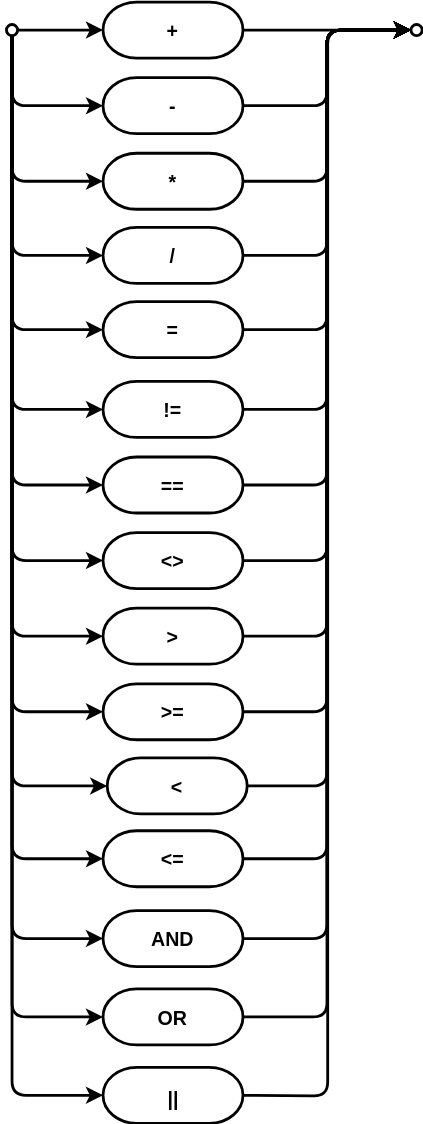
Earlier version of the draw.io export cds/assets/cxl/binary-operator.drawio.svg (capire/docs). Source tidied: cells renumbered, new cells last; positions are measured from the earlier drawing's top-left corner, leaving out a move shared by most shapes.
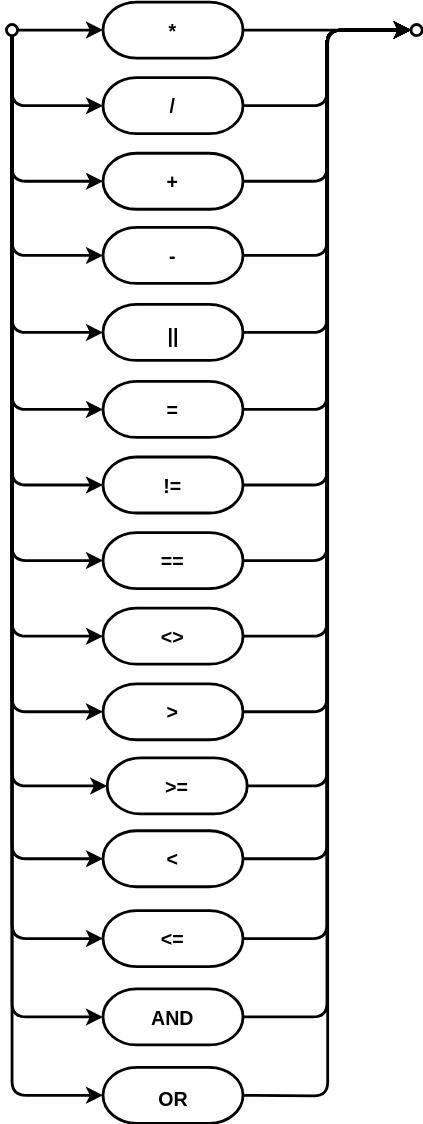
Above is the later version.

Commit message:
fix: missing sql in code group in `cxl`

also, remove technical aliases and order the binary operators
according to their precedence in SQL.

What changed in the source:
```diff
@@ -18,10 +18,10 @@
     <mxCell id="5" style="ellipse;strokeWidth=2;fontSize=14;verticalAlign=middle;fontStyle=1;textDirection=ltr;" parent="1" vertex="1">
       <mxGeometry x="289" y="16" width="8" height="8" as="geometry" />
     </mxCell>
-    <mxCell id="6" value="-" style="align=center;newEdgeStyle={&quot;edgeStyle&quot;:&quot;entityRelationEdgeStyle&quot;,&quot;startArrow&quot;:&quot;none&quot;,&quot;endArrow&quot;:&quot;none&quot;,&quot;segment&quot;:10,&quot;curved&quot;:1,&quot;sourcePerimeterSpacing&quot;:0,&quot;targetPerimeterSpacing&quot;:0};strokeWidth=2;fontSize=14;verticalAlign=middle;fontStyle=1;textDirection=ltr;rounded=1;arcSize=60;" parent="1" vertex="1">
+    <mxCell id="6" value="/" style="align=center;newEdgeStyle={&quot;edgeStyle&quot;:&quot;entityRelationEdgeStyle&quot;,&quot;startArrow&quot;:&quot;none&quot;,&quot;endArrow&quot;:&quot;none&quot;,&quot;segment&quot;:10,&quot;curved&quot;:1,&quot;sourcePerimeterSpacing&quot;:0,&quot;targetPerimeterSpacing&quot;:0};strokeWidth=2;fontSize=14;verticalAlign=middle;fontStyle=1;textDirection=ltr;rounded=1;arcSize=60;" parent="1" vertex="1">
       <mxGeometry x="69" y="54" width="100" height="40" as="geometry" />
     </mxCell>
-    <mxCell id="7" value="*" style="align=center;newEdgeStyle={&quot;edgeStyle&quot;:&quot;entityRelationEdgeStyle&quot;,&quot;startArrow&quot;:&quot;none&quot;,&quot;endArrow&quot;:&quot;none&quot;,&quot;segment&quot;:10,&quot;curved&quot;:1,&quot;sourcePerimeterSpacing&quot;:0,&quot;targetPerimeterSpacing&quot;:0};strokeWidth=2;fontSize=14;verticalAlign=middle;fontStyle=1;textDirection=ltr;rounded=1;arcSize=60;" parent="1" vertex="1">
+    <mxCell id="7" value="+" style="align=center;newEdgeStyle={&quot;edgeStyle&quot;:&quot;entityRelationEdgeStyle&quot;,&quot;startArrow&quot;:&quot;none&quot;,&quot;endArrow&quot;:&quot;none&quot;,&quot;segment&quot;:10,&quot;curved&quot;:1,&quot;sourcePerimeterSpacing&quot;:0,&quot;targetPerimeterSpacing&quot;:0};strokeWidth=2;fontSize=14;verticalAlign=middle;fontStyle=1;textDirection=ltr;rounded=1;arcSize=60;" parent="1" vertex="1">
       <mxGeometry x="69" y="108" width="100" height="40" as="geometry" />
     </mxCell>
     <mxCell id="8" style="edgeStyle=orthogonalEdgeStyle;rounded=1;jettySize=auto;exitX=0.5;exitY=1;exitDx=0;exitDy=0;entryX=0;entryY=0.5;entryDx=0;entryDy=0;startArrow=none;startFill=0;endArrow=classic;endFill=1;startSize=6;endSize=6;align=center;fontSize=14;labelBackgroundColor=none;strokeWidth=2;verticalAlign=middle;fontStyle=1;textDirection=ltr;" parent="1" edge="1" source="3" target="7">
@@ -30,7 +30,7 @@
     <mxCell id="9" style="edgeStyle=entityRelationEdgeStyle;startArrow=none;endArrow=classic;segment=10;curved=1;sourcePerimeterSpacing=0;targetPerimeterSpacing=0;endFill=1;fontSize=14;fontStyle=1;strokeWidth=2;verticalAlign=middle;" parent="1" edge="1" source="10" target="5">
       <mxGeometry relative="1" as="geometry" />
     </mxCell>
-    <mxCell id="10" value="+" style="align=center;newEdgeStyle={&quot;edgeStyle&quot;:&quot;entityRelationEdgeStyle&quot;,&quot;startArrow&quot;:&quot;none&quot;,&quot;endArrow&quot;:&quot;none&quot;,&quot;segment&quot;:10,&quot;curved&quot;:1,&quot;sourcePerimeterSpacing&quot;:0,&quot;targetPerimeterSpacing&quot;:0};strokeWidth=2;fontSize=14;verticalAlign=middle;fontStyle=1;textDirection=ltr;rounded=1;arcSize=60;" parent="1" vertex="1">
+    <mxCell id="10" value="*" style="align=center;newEdgeStyle={&quot;edgeStyle&quot;:&quot;entityRelationEdgeStyle&quot;,&quot;startArrow&quot;:&quot;none&quot;,&quot;endArrow&quot;:&quot;none&quot;,&quot;segment&quot;:10,&quot;curved&quot;:1,&quot;sourcePerimeterSpacing&quot;:0,&quot;targetPerimeterSpacing&quot;:0};strokeWidth=2;fontSize=14;verticalAlign=middle;fontStyle=1;textDirection=ltr;rounded=1;arcSize=60;" parent="1" vertex="1">
       <mxGeometry x="69" width="100" height="40" as="geometry" />
     </mxCell>
     <mxCell id="11" style="edgeStyle=orthogonalEdgeStyle;rounded=1;jettySize=auto;exitX=1;exitY=0.5;exitDx=0;exitDy=0;entryX=0;entryY=0.5;entryDx=0;entryDy=0;startArrow=none;startFill=0;endArrow=classic;endFill=1;startSize=6;endSize=6;align=center;fontSize=14;labelBackgroundColor=none;fontStyle=1;strokeWidth=2;verticalAlign=middle;" parent="1" edge="1" source="7" target="5">
@@ -39,43 +39,40 @@
     <mxCell id="12" style="edgeStyle=orthogonalEdgeStyle;rounded=1;jettySize=auto;exitX=1;exitY=0.5;exitDx=0;exitDy=0;entryX=0;entryY=0.5;entryDx=0;entryDy=0;startArrow=none;startFill=0;endArrow=classic;endFill=1;startSize=6;endSize=6;align=center;fontSize=14;labelBackgroundColor=none;fontStyle=1;strokeWidth=2;verticalAlign=middle;" parent="1" edge="1" source="6" target="5">
       <mxGeometry relative="1" as="geometry" />
     </mxCell>
-    <mxCell id="13" value="/" style="align=center;newEdgeStyle={&quot;edgeStyle&quot;:&quot;entityRelationEdgeStyle&quot;,&quot;startArrow&quot;:&quot;none&quot;,&quot;endArrow&quot;:&quot;none&quot;,&quot;segment&quot;:10,&quot;curved&quot;:1,&quot;sourcePerimeterSpacing&quot;:0,&quot;targetPerimeterSpacing&quot;:0};strokeWidth=2;fontSize=14;verticalAlign=middle;fontStyle=1;textDirection=ltr;rounded=1;arcSize=60;" parent="1" vertex="1">
+    <mxCell id="13" value="-" style="align=center;newEdgeStyle={&quot;edgeStyle&quot;:&quot;entityRelationEdgeStyle&quot;,&quot;startArrow&quot;:&quot;none&quot;,&quot;endArrow&quot;:&quot;none&quot;,&quot;segment&quot;:10,&quot;curved&quot;:1,&quot;sourcePerimeterSpacing&quot;:0,&quot;targetPerimeterSpacing&quot;:0};strokeWidth=2;fontSize=14;verticalAlign=middle;fontStyle=1;textDirection=ltr;rounded=1;arcSize=60;" parent="1" vertex="1">
       <mxGeometry x="69" y="161" width="100" height="40" as="geometry" />
     </mxCell>
-    <mxCell id="14" value="=" style="align=center;newEdgeStyle={&quot;edgeStyle&quot;:&quot;entityRelationEdgeStyle&quot;,&quot;startArrow&quot;:&quot;none&quot;,&quot;endArrow&quot;:&quot;none&quot;,&quot;segment&quot;:10,&quot;curved&quot;:1,&quot;sourcePerimeterSpacing&quot;:0,&quot;targetPerimeterSpacing&quot;:0};strokeWidth=2;fontSize=14;verticalAlign=middle;fontStyle=1;textDirection=ltr;rounded=1;arcSize=60;" parent="1" vertex="1">
-      <mxGeometry x="69" y="214" width="100" height="40" as="geometry" />
-    </mxCell>
-    <mxCell id="15" value="!=" style="align=center;newEdgeStyle={&quot;edgeStyle&quot;:&quot;entityRelationEdgeStyle&quot;,&quot;startArrow&quot;:&quot;none&quot;,&quot;endArrow&quot;:&quot;none&quot;,&quot;segment&quot;:10,&quot;curved&quot;:1,&quot;sourcePerimeterSpacing&quot;:0,&quot;targetPerimeterSpacing&quot;:0};strokeWidth=2;fontSize=14;verticalAlign=middle;fontStyle=1;textDirection=ltr;rounded=1;arcSize=60;" parent="1" vertex="1">
+    <mxCell id="15" value="=" style="align=center;newEdgeStyle={&quot;edgeStyle&quot;:&quot;entityRelationEdgeStyle&quot;,&quot;startArrow&quot;:&quot;none&quot;,&quot;endArrow&quot;:&quot;none&quot;,&quot;segment&quot;:10,&quot;curved&quot;:1,&quot;sourcePerimeterSpacing&quot;:0,&quot;targetPerimeterSpacing&quot;:0};strokeWidth=2;fontSize=14;verticalAlign=middle;fontStyle=1;textDirection=ltr;rounded=1;arcSize=60;" parent="1" vertex="1">
       <mxGeometry x="69" y="271" width="100" height="40" as="geometry" />
     </mxCell>
-    <mxCell id="16" value="==" style="align=center;newEdgeStyle={&quot;edgeStyle&quot;:&quot;entityRelationEdgeStyle&quot;,&quot;startArrow&quot;:&quot;none&quot;,&quot;endArrow&quot;:&quot;none&quot;,&quot;segment&quot;:10,&quot;curved&quot;:1,&quot;sourcePerimeterSpacing&quot;:0,&quot;targetPerimeterSpacing&quot;:0};strokeWidth=2;fontSize=14;verticalAlign=middle;fontStyle=1;textDirection=ltr;rounded=1;arcSize=60;" parent="1" vertex="1">
+    <mxCell id="16" value="!=" style="align=center;newEdgeStyle={&quot;edgeStyle&quot;:&quot;entityRelationEdgeStyle&quot;,&quot;startArrow&quot;:&quot;none&quot;,&quot;endArrow&quot;:&quot;none&quot;,&quot;segment&quot;:10,&quot;curved&quot;:1,&quot;sourcePerimeterSpacing&quot;:0,&quot;targetPerimeterSpacing&quot;:0};strokeWidth=2;fontSize=14;verticalAlign=middle;fontStyle=1;textDirection=ltr;rounded=1;arcSize=60;" parent="1" vertex="1">
       <mxGeometry x="69" y="325" width="100" height="40" as="geometry" />
     </mxCell>
-    <mxCell id="17" value="&lt;&gt;" style="align=center;newEdgeStyle={&quot;edgeStyle&quot;:&quot;entityRelationEdgeStyle&quot;,&quot;startArrow&quot;:&quot;none&quot;,&quot;endArrow&quot;:&quot;none&quot;,&quot;segment&quot;:10,&quot;curved&quot;:1,&quot;sourcePerimeterSpacing&quot;:0,&quot;targetPerimeterSpacing&quot;:0};strokeWidth=2;fontSize=14;verticalAlign=middle;fontStyle=1;textDirection=ltr;rounded=1;arcSize=60;" parent="1" vertex="1">
+    <mxCell id="17" value="==" style="align=center;newEdgeStyle={&quot;edgeStyle&quot;:&quot;entityRelationEdgeStyle&quot;,&quot;startArrow&quot;:&quot;none&quot;,&quot;endArrow&quot;:&quot;none&quot;,&quot;segment&quot;:10,&quot;curved&quot;:1,&quot;sourcePerimeterSpacing&quot;:0,&quot;targetPerimeterSpacing&quot;:0};strokeWidth=2;fontSize=14;verticalAlign=middle;fontStyle=1;textDirection=ltr;rounded=1;arcSize=60;" parent="1" vertex="1">
       <mxGeometry x="69" y="379" width="100" height="40" as="geometry" />
     </mxCell>
-    <mxCell id="18" value="&gt;" style="align=center;newEdgeStyle={&quot;edgeStyle&quot;:&quot;entityRelationEdgeStyle&quot;,&quot;startArrow&quot;:&quot;none&quot;,&quot;endArrow&quot;:&quot;none&quot;,&quot;segment&quot;:10,&quot;curved&quot;:1,&quot;sourcePerimeterSpacing&quot;:0,&quot;targetPerimeterSpacing&quot;:0};strokeWidth=2;fontSize=14;verticalAlign=middle;fontStyle=1;textDirection=ltr;rounded=1;arcSize=60;" parent="1" vertex="1">
+    <mxCell id="18" value="&lt;&gt;" style="align=center;newEdgeStyle={&quot;edgeStyle&quot;:&quot;entityRelationEdgeStyle&quot;,&quot;startArrow&quot;:&quot;none&quot;,&quot;endArrow&quot;:&quot;none&quot;,&quot;segment&quot;:10,&quot;curved&quot;:1,&quot;sourcePerimeterSpacing&quot;:0,&quot;targetPerimeterSpacing&quot;:0};strokeWidth=2;fontSize=14;verticalAlign=middle;fontStyle=1;textDirection=ltr;rounded=1;arcSize=60;" parent="1" vertex="1">
       <mxGeometry x="69" y="433" width="100" height="40" as="geometry" />
     </mxCell>
-    <mxCell id="19" value="&gt;=" style="align=center;newEdgeStyle={&quot;edgeStyle&quot;:&quot;entityRelationEdgeStyle&quot;,&quot;startArrow&quot;:&quot;none&quot;,&quot;endArrow&quot;:&quot;none&quot;,&quot;segment&quot;:10,&quot;curved&quot;:1,&quot;sourcePerimeterSpacing&quot;:0,&quot;targetPerimeterSpacing&quot;:0};strokeWidth=2;fontSize=14;verticalAlign=middle;fontStyle=1;textDirection=ltr;rounded=1;arcSize=60;" parent="1" vertex="1">
+    <mxCell id="19" value="&gt;" style="align=center;newEdgeStyle={&quot;edgeStyle&quot;:&quot;entityRelationEdgeStyle&quot;,&quot;startArrow&quot;:&quot;none&quot;,&quot;endArrow&quot;:&quot;none&quot;,&quot;segment&quot;:10,&quot;curved&quot;:1,&quot;sourcePerimeterSpacing&quot;:0,&quot;targetPerimeterSpacing&quot;:0};strokeWidth=2;fontSize=14;verticalAlign=middle;fontStyle=1;textDirection=ltr;rounded=1;arcSize=60;" parent="1" vertex="1">
       <mxGeometry x="69" y="487" width="100" height="40" as="geometry" />
     </mxCell>
-    <mxCell id="20" value="&lt;" style="align=center;newEdgeStyle={&quot;edgeStyle&quot;:&quot;entityRelationEdgeStyle&quot;,&quot;startArrow&quot;:&quot;none&quot;,&quot;endArrow&quot;:&quot;none&quot;,&quot;segment&quot;:10,&quot;curved&quot;:1,&quot;sourcePerimeterSpacing&quot;:0,&quot;targetPerimeterSpacing&quot;:0};strokeWidth=2;fontSize=14;verticalAlign=middle;fontStyle=1;textDirection=ltr;rounded=1;arcSize=60;" parent="1" vertex="1">
+    <mxCell id="20" value="&gt;=" style="align=center;newEdgeStyle={&quot;edgeStyle&quot;:&quot;entityRelationEdgeStyle&quot;,&quot;startArrow&quot;:&quot;none&quot;,&quot;endArrow&quot;:&quot;none&quot;,&quot;segment&quot;:10,&quot;curved&quot;:1,&quot;sourcePerimeterSpacing&quot;:0,&quot;targetPerimeterSpacing&quot;:0};strokeWidth=2;fontSize=14;verticalAlign=middle;fontStyle=1;textDirection=ltr;rounded=1;arcSize=60;" parent="1" vertex="1">
       <mxGeometry x="72" y="540" width="100" height="40" as="geometry" />
     </mxCell>
-    <mxCell id="21" value="&lt;=" style="align=center;newEdgeStyle={&quot;edgeStyle&quot;:&quot;entityRelationEdgeStyle&quot;,&quot;startArrow&quot;:&quot;none&quot;,&quot;endArrow&quot;:&quot;none&quot;,&quot;segment&quot;:10,&quot;curved&quot;:1,&quot;sourcePerimeterSpacing&quot;:0,&quot;targetPerimeterSpacing&quot;:0};strokeWidth=2;fontSize=14;verticalAlign=middle;fontStyle=1;textDirection=ltr;rounded=1;arcSize=60;" parent="1" vertex="1">
+    <mxCell id="21" value="&lt;" style="align=center;newEdgeStyle={&quot;edgeStyle&quot;:&quot;entityRelationEdgeStyle&quot;,&quot;startArrow&quot;:&quot;none&quot;,&quot;endArrow&quot;:&quot;none&quot;,&quot;segment&quot;:10,&quot;curved&quot;:1,&quot;sourcePerimeterSpacing&quot;:0,&quot;targetPerimeterSpacing&quot;:0};strokeWidth=2;fontSize=14;verticalAlign=middle;fontStyle=1;textDirection=ltr;rounded=1;arcSize=60;" parent="1" vertex="1">
       <mxGeometry x="69" y="592" width="100" height="40" as="geometry" />
     </mxCell>
-    <mxCell id="22" value="AND" style="align=center;newEdgeStyle={&quot;edgeStyle&quot;:&quot;entityRelationEdgeStyle&quot;,&quot;startArrow&quot;:&quot;none&quot;,&quot;endArrow&quot;:&quot;none&quot;,&quot;segment&quot;:10,&quot;curved&quot;:1,&quot;sourcePerimeterSpacing&quot;:0,&quot;targetPerimeterSpacing&quot;:0};strokeWidth=2;fontSize=14;verticalAlign=middle;fontStyle=1;textDirection=ltr;rounded=1;arcSize=60;" parent="1" vertex="1">
+    <mxCell id="22" value="&lt;=" style="align=center;newEdgeStyle={&quot;edgeStyle&quot;:&quot;entityRelationEdgeStyle&quot;,&quot;startArrow&quot;:&quot;none&quot;,&quot;endArrow&quot;:&quot;none&quot;,&quot;segment&quot;:10,&quot;curved&quot;:1,&quot;sourcePerimeterSpacing&quot;:0,&quot;targetPerimeterSpacing&quot;:0};strokeWidth=2;fontSize=14;verticalAlign=middle;fontStyle=1;textDirection=ltr;rounded=1;arcSize=60;" parent="1" vertex="1">
       <mxGeometry x="69" y="649" width="100" height="40" as="geometry" />
     </mxCell>
-    <mxCell id="23" value="OR" style="align=center;newEdgeStyle={&quot;edgeStyle&quot;:&quot;entityRelationEdgeStyle&quot;,&quot;startArrow&quot;:&quot;none&quot;,&quot;endArrow&quot;:&quot;none&quot;,&quot;segment&quot;:10,&quot;curved&quot;:1,&quot;sourcePerimeterSpacing&quot;:0,&quot;targetPerimeterSpacing&quot;:0};strokeWidth=2;fontSize=14;verticalAlign=middle;fontStyle=1;textDirection=ltr;rounded=1;arcSize=60;" parent="1" vertex="1">
+    <mxCell id="23" value="AND" style="align=center;newEdgeStyle={&quot;edgeStyle&quot;:&quot;entityRelationEdgeStyle&quot;,&quot;startArrow&quot;:&quot;none&quot;,&quot;endArrow&quot;:&quot;none&quot;,&quot;segment&quot;:10,&quot;curved&quot;:1,&quot;sourcePerimeterSpacing&quot;:0,&quot;targetPerimeterSpacing&quot;:0};strokeWidth=2;fontSize=14;verticalAlign=middle;fontStyle=1;textDirection=ltr;rounded=1;arcSize=60;" parent="1" vertex="1">
       <mxGeometry x="69" y="705" width="100" height="40" as="geometry" />
     </mxCell>
     <mxCell id="24" style="edgeStyle=orthogonalEdgeStyle;rounded=1;jettySize=auto;exitX=0.5;exitY=1;exitDx=0;exitDy=0;entryX=0;entryY=0.5;entryDx=0;entryDy=0;startArrow=none;startFill=0;endArrow=classic;endFill=1;startSize=6;endSize=6;align=center;fontSize=14;labelBackgroundColor=none;strokeWidth=2;verticalAlign=middle;fontStyle=1;" parent="1" edge="1" source="3" target="13">
       <mxGeometry relative="1" as="geometry" />
     </mxCell>
-    <mxCell id="25" style="edgeStyle=orthogonalEdgeStyle;rounded=1;jettySize=auto;exitX=0.5;exitY=1;exitDx=0;exitDy=0;entryX=0;entryY=0.5;entryDx=0;entryDy=0;startArrow=none;startFill=0;endArrow=classic;endFill=1;startSize=6;endSize=6;align=center;fontSize=14;labelBackgroundColor=none;strokeWidth=2;verticalAlign=middle;fontStyle=1;" parent="1" edge="1" source="3" target="14">
+    <mxCell id="25" style="edgeStyle=orthogonalEdgeStyle;rounded=1;jettySize=auto;exitX=0.5;exitY=1;exitDx=0;exitDy=0;entryX=0;entryY=0.5;entryDx=0;entryDy=0;startArrow=none;startFill=0;endArrow=classic;endFill=1;startSize=6;endSize=6;align=center;fontSize=14;labelBackgroundColor=none;strokeWidth=2;verticalAlign=middle;fontStyle=1;" parent="1" edge="1" source="3" target="49">
       <mxGeometry relative="1" as="geometry" />
     </mxCell>
     <mxCell id="26" style="edgeStyle=orthogonalEdgeStyle;rounded=1;jettySize=auto;exitX=0.5;exitY=1;exitDx=0;exitDy=0;entryX=0;entryY=0.5;entryDx=0;entryDy=0;startArrow=none;startFill=0;endArrow=classic;endFill=1;startSize=6;endSize=6;align=center;fontSize=14;labelBackgroundColor=none;strokeWidth=2;verticalAlign=middle;fontStyle=1;" parent="1" edge="1" source="3" target="15">
@@ -108,7 +105,7 @@
     <mxCell id="35" style="edgeStyle=orthogonalEdgeStyle;rounded=1;jettySize=auto;exitX=1;exitY=0.5;exitDx=0;exitDy=0;entryX=0;entryY=0.5;entryDx=0;entryDy=0;startArrow=none;startFill=0;endArrow=classic;endFill=1;startSize=6;endSize=6;align=center;fontSize=14;labelBackgroundColor=none;strokeWidth=2;verticalAlign=middle;fontStyle=1;" parent="1" edge="1" source="13" target="5">
       <mxGeometry relative="1" as="geometry" />
     </mxCell>
-    <mxCell id="36" style="edgeStyle=orthogonalEdgeStyle;rounded=1;jettySize=auto;exitX=1;exitY=0.5;exitDx=0;exitDy=0;entryX=0;entryY=0.5;entryDx=0;entryDy=0;startArrow=none;startFill=0;endArrow=classic;endFill=1;startSize=6;endSize=6;align=center;fontSize=14;labelBackgroundColor=none;strokeWidth=2;verticalAlign=middle;fontStyle=1;" parent="1" edge="1" source="14" target="5">
+    <mxCell id="36" style="edgeStyle=orthogonalEdgeStyle;rounded=1;jettySize=auto;exitX=1;exitY=0.5;exitDx=0;exitDy=0;entryX=0;entryY=0.5;entryDx=0;entryDy=0;startArrow=none;startFill=0;endArrow=classic;endFill=1;startSize=6;endSize=6;align=center;fontSize=14;labelBackgroundColor=none;strokeWidth=2;verticalAlign=middle;fontStyle=1;" parent="1" edge="1" source="49" target="5">
       <mxGeometry relative="1" as="geometry" />
     </mxCell>
     <mxCell id="37" style="edgeStyle=orthogonalEdgeStyle;rounded=1;jettySize=auto;exitX=1;exitY=0.5;exitDx=0;exitDy=0;entryX=0;entryY=0.5;entryDx=0;entryDy=0;startArrow=none;startFill=0;endArrow=classic;endFill=1;startSize=6;endSize=6;align=center;fontSize=14;labelBackgroundColor=none;strokeWidth=2;verticalAlign=middle;fontStyle=1;" parent="1" edge="1" source="15" target="5">
@@ -151,8 +148,11 @@
         <mxPoint x="169" y="781" as="sourcePoint" />
       </mxGeometry>
     </mxCell>
-    <mxCell id="48" value="||" style="strokeColor=default;strokeWidth=2;align=center;verticalAlign=middle;fontFamily=Helvetica;fontSize=14;fontColor=default;fontStyle=1;fillColor=default;spacingTop=6;rounded=1;arcSize=60;html=1;" parent="1" vertex="1">
+    <mxCell id="48" value="&lt;span style=&quot;color: rgb(0, 0, 0);&quot;&gt;OR&lt;/span&gt;" style="strokeColor=default;strokeWidth=2;align=center;verticalAlign=middle;fontFamily=Helvetica;fontSize=14;fontColor=default;fontStyle=1;fillColor=default;spacingTop=6;rounded=1;arcSize=60;html=1;" parent="1" vertex="1">
       <mxGeometry x="69" y="761" width="100" height="40" as="geometry" />
     </mxCell>
+    <mxCell id="49" value="||" style="strokeColor=default;strokeWidth=2;align=center;verticalAlign=middle;fontFamily=Helvetica;fontSize=14;fontColor=default;fontStyle=1;fillColor=default;spacingTop=6;rounded=1;arcSize=60;html=1;" parent="1" vertex="1">
+      <mxGeometry x="69" y="216" width="100" height="40" as="geometry" />
+    </mxCell>
   </root>
 </mxGraphModel>
```
